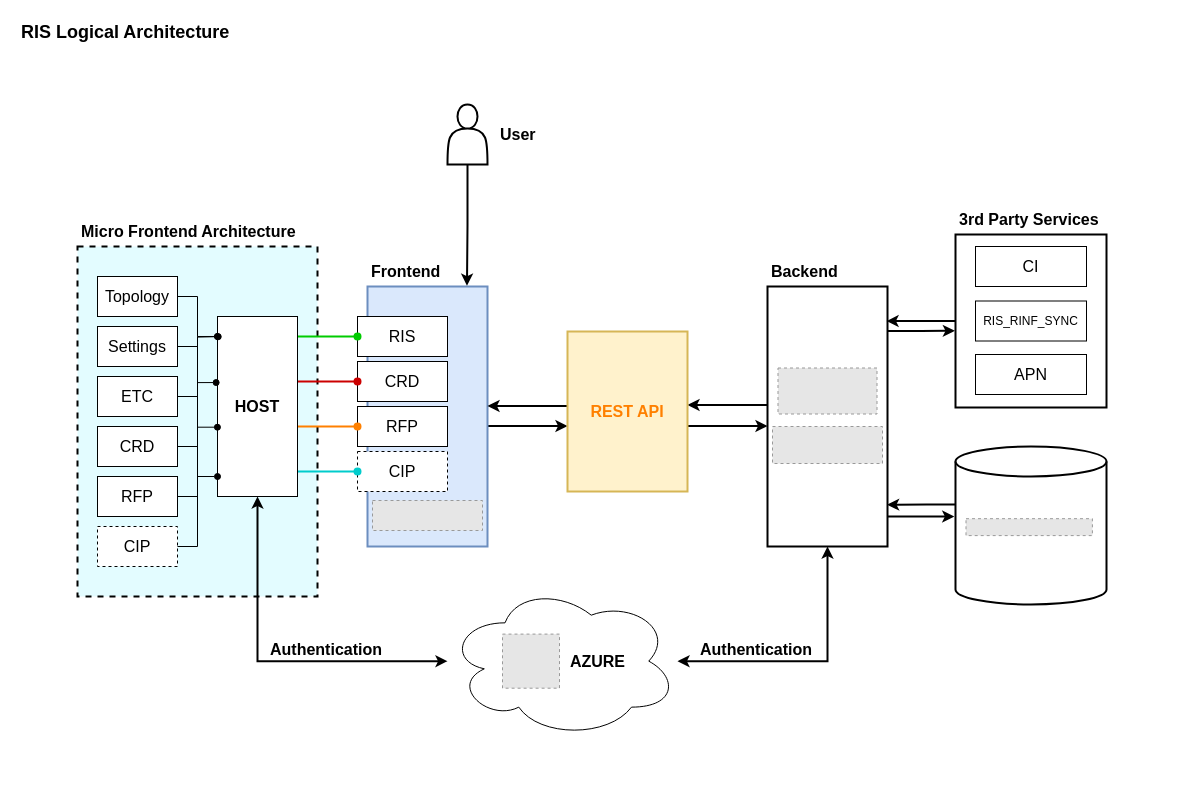
This is app-architecture.drawio from mathudak/diagrams, a draw.io file, before an edit. Source tidied: cells renumbered, new cells numbered last; positions are measured from the earlier drawing's top-left corner, leaving out a move shared by most shapes. Both pictures are drawn from the tidied source at 100%, with x=0, y=0 at pixel (17, 17). Pictures stored in the file or linked from it are replaced by grey dashed boxes.
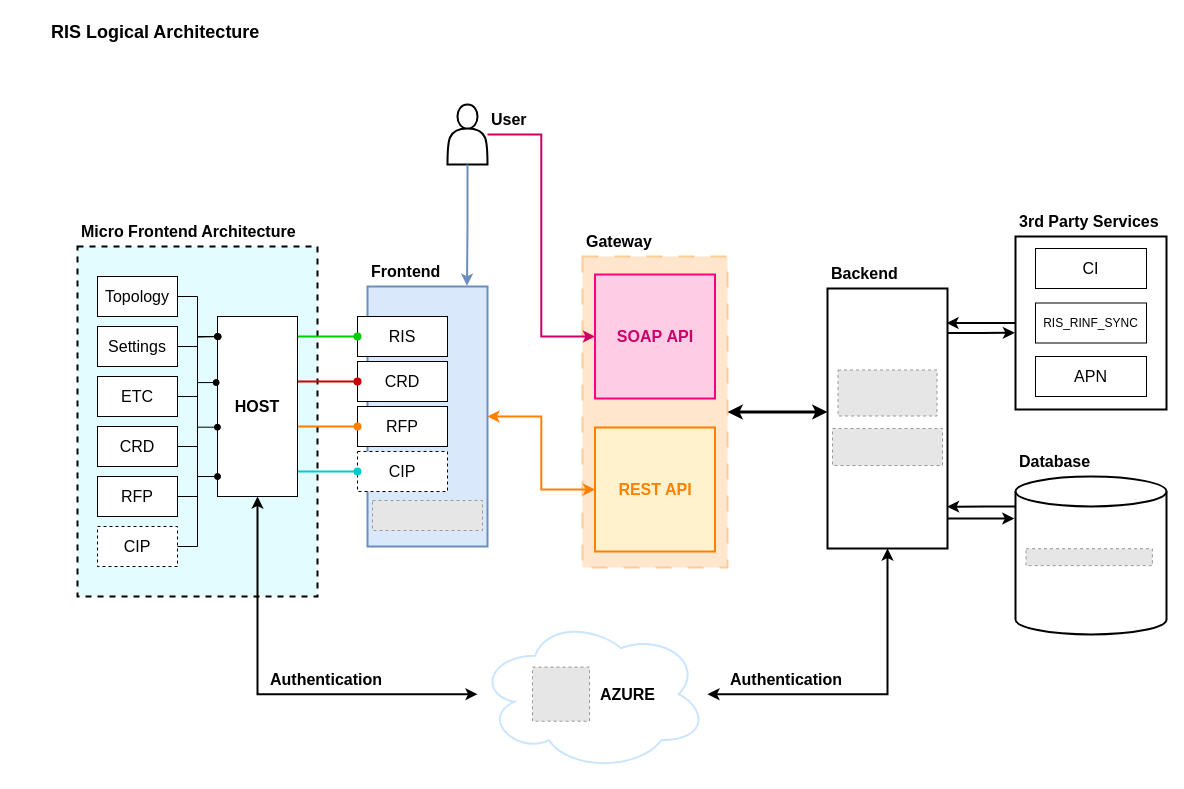
After the change.

Commit message:
Reworked Gateway

Unchanged cells that the change refers to:
```xml
<mxCell id="30" value="HOST" style="whiteSpace=wrap;html=1;fontStyle=1;fontSize=16;" parent="1" vertex="1">
  <mxGeometry x="200" y="299" width="80" height="180" as="geometry" />
</mxCell>
<mxCell id="49" style="whiteSpace=wrap;html=1;strokeWidth=2;" parent="48" vertex="1">
  <mxGeometry y="30" width="151" height="173" as="geometry" />
</mxCell>
<mxCell id="57" style="shape=actor;whiteSpace=wrap;html=1;strokeWidth=2;" parent="1" vertex="1">
  <mxGeometry x="430" y="87" width="40" height="60" as="geometry" />
</mxCell>
```

Diff of the diagram source:
```diff
@@
+    <mxCell id="61" style="whiteSpace=wrap;html=1;fillColor=#ffe6cc;strokeColor=#FFCC99;dashed=1;dashPattern=8 8;strokeWidth=2;" parent="1" vertex="1">
+      <mxGeometry x="565" y="239" width="145" height="311" as="geometry" />
+    </mxCell>
@@
-    <mxCell id="4" style="edgeStyle=orthogonalEdgeStyle;rounded=0;jettySize=auto;html=1;entryX=0.5;entryY=1;entryDx=0;entryDy=0;startArrow=classic;startFill=1;strokeWidth=2;" parent="1" edge="1" source="41" target="30">
-      <mxGeometry relative="1" as="geometry" />
-    </mxCell>
-    <mxCell id="5" style="edgeStyle=orthogonalEdgeStyle;rounded=0;orthogonalLoop=1;jettySize=auto;html=1;entryX=0;entryY=0.5;entryDx=0;entryDy=0;strokeWidth=2;" parent="1" edge="1">
-      <mxGeometry relative="1" as="geometry">
-        <mxPoint x="470" y="408.5" as="sourcePoint" />
-        <mxPoint x="550" y="408.5" as="targetPoint" />
-      </mxGeometry>
-    </mxCell>
+    <mxCell id="62" style="edgeStyle=orthogonalEdgeStyle;rounded=0;jettySize=auto;html=1;entryX=0;entryY=0.5;entryDx=0;entryDy=0;strokeWidth=2;startArrow=classic;startFill=1;strokeColor=#FF8000;" parent="1" edge="1" source="6" target="12">
+      <mxGeometry relative="1" as="geometry" />
+    </mxCell>
-    <mxCell id="6" style="whiteSpace=wrap;html=1;strokeWidth=2;fillColor=#dae8fc;strokeColor=#6c8ebf;" parent="1" vertex="1">
+    <mxCell id="6" style="whiteSpace=wrap;html=1;strokeWidth=2;fillColor=#dae8fc;strokeColor=#6C8EBF;" parent="1" vertex="1">
       <mxGeometry x="350" y="269" width="120" height="260" as="geometry" />
     </mxCell>
-    <mxCell id="7" style="edgeStyle=orthogonalEdgeStyle;rounded=0;orthogonalLoop=1;jettySize=auto;html=1;entryX=1;entryY=0.5;entryDx=0;entryDy=0;strokeWidth=2;" parent="1" edge="1">
-      <mxGeometry relative="1" as="geometry">
-        <mxPoint x="750" y="387.5" as="sourcePoint" />
-        <mxPoint x="670" y="387.5" as="targetPoint" />
-      </mxGeometry>
-    </mxCell>
     <mxCell id="8" style="edgeStyle=orthogonalEdgeStyle;rounded=0;jettySize=auto;html=1;entryX=-0.004;entryY=0.557;entryDx=0;entryDy=0;entryPerimeter=0;strokeWidth=2;" parent="1" edge="1" source="9" target="49">
       <mxGeometry relative="1" as="geometry">
         <Array as="points">
-          <mxPoint x="904" y="313" />
+          <mxPoint x="964" y="315" />
         </Array>
       </mxGeometry>
     </mxCell>
     <mxCell id="9" style="whiteSpace=wrap;html=1;strokeWidth=2;" parent="1" vertex="1">
-      <mxGeometry x="750" y="269" width="120" height="260" as="geometry" />
+      <mxGeometry x="810" y="271" width="120" height="260" as="geometry" />
     </mxCell>
-    <mxCell id="10" style="edgeStyle=orthogonalEdgeStyle;rounded=0;orthogonalLoop=1;jettySize=auto;html=1;strokeWidth=2;" parent="1" edge="1">
-      <mxGeometry relative="1" as="geometry">
-        <mxPoint x="670" y="408.5" as="sourcePoint" />
-        <mxPoint x="750" y="408.5" as="targetPoint" />
-      </mxGeometry>
-    </mxCell>
-    <mxCell id="11" style="edgeStyle=orthogonalEdgeStyle;rounded=0;orthogonalLoop=1;jettySize=auto;html=1;entryX=1;entryY=0.5;entryDx=0;entryDy=0;strokeWidth=2;" parent="1" edge="1">
-      <mxGeometry relative="1" as="geometry">
-        <mxPoint x="550" y="388.5" as="sourcePoint" />
-        <mxPoint x="470" y="388.5" as="targetPoint" />
-      </mxGeometry>
-    </mxCell>
-    <mxCell id="12" value="REST API" style="whiteSpace=wrap;html=1;fontSize=16;fillColor=#fff2cc;strokeColor=#d6b656;strokeWidth=2;fontStyle=1;fontColor=#FF8000;" parent="1" vertex="1">
-      <mxGeometry x="550" y="314" width="120" height="160" as="geometry" />
+    <mxCell id="12" value="REST API" style="whiteSpace=wrap;html=1;fontSize=16;fillColor=#fff2cc;strokeColor=#FF8000;strokeWidth=2;fontStyle=1;fontColor=#FF8000;" parent="1" vertex="1">
+      <mxGeometry x="577.5" y="410" width="120" height="124" as="geometry" />
     </mxCell>
@@
     <mxCell id="14" value="Backend" style="text;html=1;align=left;verticalAlign=middle;whiteSpace=wrap;rounded=0;fontStyle=1;fontSize=16;spacingLeft=2;" parent="1" vertex="1">
-      <mxGeometry x="750" y="239" width="120" height="30" as="geometry" />
+      <mxGeometry x="810" y="241" width="120" height="30" as="geometry" />
     </mxCell>
@@
     <mxCell id="37" style="fillColor=#E6E6E6;strokeColor=#999999;dashed=1;verticalLabelPosition=bottom;labelBackgroundColor=default;verticalAlign=top;" parent="1" vertex="1">
-      <mxGeometry x="760.5" y="350.5" width="99" height="46" as="geometry" />
+      <mxGeometry x="820.5" y="352.5" width="99" height="46" as="geometry" />
     </mxCell>
     <mxCell id="38" style="fillColor=#E6E6E6;strokeColor=#999999;dashed=1;verticalLabelPosition=bottom;labelBackgroundColor=default;verticalAlign=top;" parent="1" vertex="1">
-      <mxGeometry x="755" y="409" width="110" height="37" as="geometry" />
+      <mxGeometry x="815" y="411" width="110" height="37" as="geometry" />
     </mxCell>
@@
-    <mxCell id="40" style="group;fontStyle=1;" parent="1" vertex="1">
-      <mxGeometry x="430" y="567" width="230" height="153.3" as="geometry" />
-    </mxCell>
-    <mxCell id="41" value="AZURE" style="ellipse;shape=cloud;whiteSpace=wrap;html=1;fontSize=16;align=right;spacingRight=50;fontStyle=1;" parent="40" vertex="1">
-      <mxGeometry width="230" height="153.3" as="geometry" />
-    </mxCell>
-    <mxCell id="42" style="fillColor=#E6E6E6;strokeColor=#999999;dashed=1;verticalLabelPosition=bottom;labelBackgroundColor=default;verticalAlign=top;" parent="40" vertex="1">
-      <mxGeometry x="55" y="49.6" width="57" height="54.1" as="geometry" />
-    </mxCell>
     <mxCell id="43" value="Authentication" style="text;html=1;align=left;verticalAlign=middle;whiteSpace=wrap;rounded=0;fontSize=16;fontStyle=1;spacingLeft=2;" parent="1" vertex="1">
-      <mxGeometry x="249" y="617" width="120" height="30" as="geometry" />
+      <mxGeometry x="249" y="647" width="120" height="30" as="geometry" />
     </mxCell>
     <mxCell id="44" value="Authentication" style="text;html=1;align=left;verticalAlign=middle;whiteSpace=wrap;rounded=0;fontSize=16;fontStyle=1;spacingLeft=2;" parent="1" vertex="1">
-      <mxGeometry x="679" y="617" width="120" height="30" as="geometry" />
+      <mxGeometry x="709" y="647" width="120" height="30" as="geometry" />
     </mxCell>
     <mxCell id="45" style="group;" parent="1" vertex="1">
-      <mxGeometry x="938" y="429" width="151" height="158" as="geometry" />
+      <mxGeometry x="998" y="459" width="151" height="158" as="geometry" />
     </mxCell>
@@
     <mxCell id="48" style="group;" parent="1" vertex="1">
-      <mxGeometry x="938" y="187" width="151" height="203" as="geometry" />
+      <mxGeometry x="998" y="189" width="151" height="203" as="geometry" />
     </mxCell>
@@
     <mxCell id="55" style="edgeStyle=orthogonalEdgeStyle;rounded=0;orthogonalLoop=1;jettySize=auto;html=1;entryX=-0.008;entryY=0.555;entryDx=0;entryDy=0;entryPerimeter=0;strokeWidth=2;" parent="1" edge="1">
       <mxGeometry relative="1" as="geometry">
-        <mxPoint x="870" y="499" as="sourcePoint" />
-        <mxPoint x="936.8" y="499" as="targetPoint" />
+        <mxPoint x="930" y="501" as="sourcePoint" />
+        <mxPoint x="996.8" y="501" as="targetPoint" />
         <Array as="points">
-          <mxPoint x="909" y="499.3" />
+          <mxPoint x="969" y="501.3" />
         </Array>
       </mxGeometry>
     </mxCell>
     <mxCell id="56" style="edgeStyle=orthogonalEdgeStyle;rounded=0;orthogonalLoop=1;jettySize=auto;html=1;exitX=0;exitY=0;exitDx=0;exitDy=47;exitPerimeter=0;entryX=0.997;entryY=0.797;entryDx=0;entryDy=0;entryPerimeter=0;strokeWidth=2;" parent="1" edge="1">
       <mxGeometry relative="1" as="geometry">
-        <mxPoint x="938" y="487" as="sourcePoint" />
-        <mxPoint x="869.6" y="487.2" as="targetPoint" />
+        <mxPoint x="998" y="489" as="sourcePoint" />
+        <mxPoint x="929.6" y="489.2" as="targetPoint" />
         <Array as="points">
-          <mxPoint x="909" y="487" />
-          <mxPoint x="909" y="487" />
+          <mxPoint x="969" y="489" />
+          <mxPoint x="969" y="489" />
         </Array>
       </mxGeometry>
     </mxCell>
+    <mxCell id="63" style="edgeStyle=orthogonalEdgeStyle;rounded=0;jettySize=auto;html=1;entryX=0;entryY=0.5;entryDx=0;entryDy=0;strokeWidth=2;strokeColor=#CC0066;" parent="1" edge="1" source="57" target="65">
+      <mxGeometry relative="1" as="geometry" />
+    </mxCell>
@@
-    <mxCell id="58" style="edgeStyle=orthogonalEdgeStyle;rounded=0;jettySize=auto;html=1;entryX=0.829;entryY=-0.003;entryDx=0;entryDy=0;entryPerimeter=0;strokeWidth=2;" parent="1" edge="1" source="57" target="6">
+    <mxCell id="58" style="edgeStyle=orthogonalEdgeStyle;rounded=0;jettySize=auto;html=1;entryX=0.829;entryY=-0.003;entryDx=0;entryDy=0;entryPerimeter=0;strokeWidth=2;strokeColor=#6C8EBF;" parent="1" edge="1" source="57" target="6">
       <mxGeometry relative="1" as="geometry" />
     </mxCell>
     <mxCell id="59" value="User" style="text;html=1;align=left;verticalAlign=middle;whiteSpace=wrap;rounded=0;fontSize=16;fontStyle=1;spacingLeft=2;" parent="1" vertex="1">
-      <mxGeometry x="479" y="102" width="60" height="30" as="geometry" />
+      <mxGeometry x="470" y="87" width="60" height="30" as="geometry" />
     </mxCell>
     <mxCell id="60" value="RIS Logical Architecture" style="text;html=1;align=left;verticalAlign=middle;whiteSpace=wrap;rounded=0;fontSize=18;fontStyle=1;spacingLeft=2;" parent="1" vertex="1">
-      <mxGeometry width="349" height="30" as="geometry" />
+      <mxGeometry x="30" width="349" height="30" as="geometry" />
     </mxCell>
+    <mxCell id="4" style="edgeStyle=orthogonalEdgeStyle;rounded=0;jettySize=auto;html=1;entryX=0.5;entryY=1;entryDx=0;entryDy=0;strokeWidth=2;startArrow=classic;startFill=1;" parent="1" edge="1" source="41" target="30">
+      <mxGeometry relative="1" as="geometry" />
+    </mxCell>
+    <mxCell id="64" value="Database" style="text;html=1;align=left;verticalAlign=middle;whiteSpace=wrap;rounded=0;fontStyle=1;fontSize=16;spacingLeft=2;" parent="1" vertex="1">
+      <mxGeometry x="998" y="429" width="152" height="30" as="geometry" />
+    </mxCell>
+    <mxCell id="65" value="&lt;div&gt;SOAP&amp;nbsp;API&lt;/div&gt;" style="whiteSpace=wrap;html=1;fontSize=16;fillColor=#FFCCE6;strokeColor=#FF0080;strokeWidth=2;fontStyle=1;fontColor=light-dark(#CC0066,#CE6100);" parent="1" vertex="1">
+      <mxGeometry x="577.5" y="257" width="120" height="124" as="geometry" />
+    </mxCell>
+    <mxCell id="66" style="edgeStyle=orthogonalEdgeStyle;rounded=0;jettySize=auto;html=1;entryX=0;entryY=0.475;entryDx=0;entryDy=0;entryPerimeter=0;strokeWidth=3;startArrow=classic;startFill=1;" parent="1" edge="1" source="61" target="9">
+      <mxGeometry relative="1" as="geometry" />
+    </mxCell>
+    <mxCell id="67" value="Gateway" style="text;html=1;align=left;verticalAlign=middle;whiteSpace=wrap;rounded=0;fontSize=16;fontStyle=1;spacingLeft=2;" parent="1" vertex="1">
+      <mxGeometry x="565" y="209" width="120" height="30" as="geometry" />
+    </mxCell>
+    <mxCell id="68" style="group;" parent="1" vertex="1">
+      <mxGeometry x="460" y="600" width="230" height="153.3" as="geometry" />
+    </mxCell>
+    <mxCell id="41" value="AZURE" style="ellipse;shape=cloud;whiteSpace=wrap;html=1;fontSize=16;align=right;spacingRight=50;fontStyle=1;strokeWidth=2;strokeColor=#CCE5FF;" parent="68" vertex="1">
+      <mxGeometry width="230" height="153.3" as="geometry" />
+    </mxCell>
+    <mxCell id="42" style="fillColor=#E6E6E6;strokeColor=#999999;dashed=1;verticalLabelPosition=bottom;labelBackgroundColor=default;verticalAlign=top;" parent="68" vertex="1">
+      <mxGeometry x="55" y="49.6" width="57" height="54.1" as="geometry" />
+    </mxCell>
```
